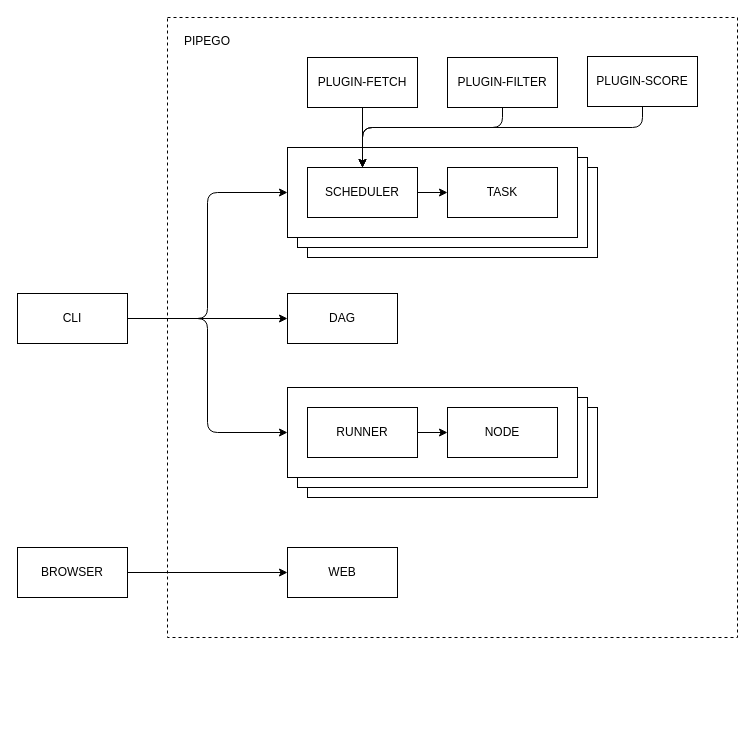
Above: diagram.drawio in pipego/deploy (draw.io), before the change. Source tidied: cells renumbered, new cells numbered last; positions are measured from the earlier drawing's top-left corner, leaving out a move shared by most shapes. Both pictures are drawn from the tidied source at 100%, with x=0, y=0 at pixel (17, 17).
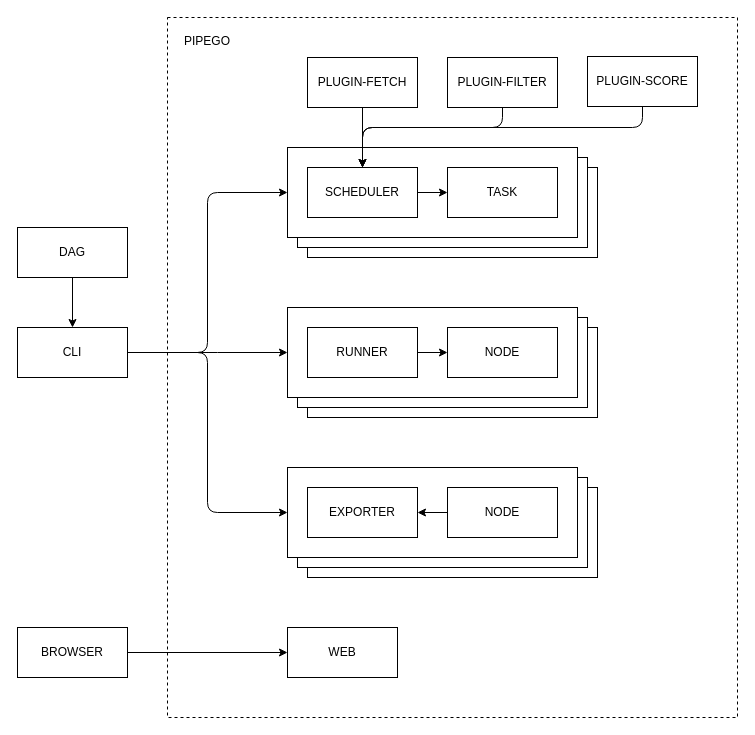
The same page after the edit.

Commit message (it also covers changes not shown here):
doc(diagram): update diagram for exporter

The edit, as a diff of the source:
```diff
@@
     <mxCell id="2" style="rounded=0;whiteSpace=wrap;html=1;dashed=1;" parent="1" vertex="1">
-      <mxGeometry x="150" width="570" height="620" as="geometry" />
+      <mxGeometry x="150" width="570" height="700" as="geometry" />
     </mxCell>
@@
     <mxCell id="7" value="BROWSER" style="rounded=0;whiteSpace=wrap;html=1;" parent="1" vertex="1">
-      <mxGeometry y="530" width="110" height="50" as="geometry" />
+      <mxGeometry y="610" width="110" height="50" as="geometry" />
     </mxCell>
     <mxCell id="8" value="CLI" style="rounded=0;whiteSpace=wrap;html=1;" parent="1" vertex="1">
-      <mxGeometry y="276" width="110" height="50" as="geometry" />
+      <mxGeometry y="310" width="110" height="50" as="geometry" />
     </mxCell>
@@
     <mxCell id="12" style="rounded=0;whiteSpace=wrap;html=1;" parent="1" vertex="1">
-      <mxGeometry x="290" y="390" width="290" height="90" as="geometry" />
+      <mxGeometry x="290" y="310" width="290" height="90" as="geometry" />
     </mxCell>
     <mxCell id="13" style="rounded=0;whiteSpace=wrap;html=1;" parent="1" vertex="1">
-      <mxGeometry x="280" y="380" width="290" height="90" as="geometry" />
+      <mxGeometry x="280" y="300" width="290" height="90" as="geometry" />
     </mxCell>
     <mxCell id="14" style="rounded=0;whiteSpace=wrap;html=1;" parent="1" vertex="1">
-      <mxGeometry x="270" y="370" width="290" height="90" as="geometry" />
+      <mxGeometry x="270" y="290" width="290" height="90" as="geometry" />
     </mxCell>
     <mxCell id="15" value="RUNNER" style="rounded=0;whiteSpace=wrap;html=1;" parent="1" vertex="1">
-      <mxGeometry x="290" y="390" width="110" height="50" as="geometry" />
+      <mxGeometry x="290" y="310" width="110" height="50" as="geometry" />
     </mxCell>
     <mxCell id="16" value="NODE" style="rounded=0;whiteSpace=wrap;html=1;" parent="1" vertex="1">
-      <mxGeometry x="430" y="390" width="110" height="50" as="geometry" />
+      <mxGeometry x="430" y="310" width="110" height="50" as="geometry" />
     </mxCell>
@@
     <mxCell id="25" value="WEB" style="rounded=0;whiteSpace=wrap;html=1;" parent="1" vertex="1">
-      <mxGeometry x="270" y="530" width="110" height="50" as="geometry" />
+      <mxGeometry x="270" y="610" width="110" height="50" as="geometry" />
     </mxCell>
@@
     <mxCell id="28" value="DAG" style="rounded=0;whiteSpace=wrap;html=1;" parent="1" vertex="1">
-      <mxGeometry x="270" y="276" width="110" height="50" as="geometry" />
+      <mxGeometry y="210" width="110" height="50" as="geometry" />
     </mxCell>
-    <mxCell id="29" style="endArrow=classic;html=1;exitX=1;exitY=0.5;exitDx=0;exitDy=0;entryX=0;entryY=0.5;entryDx=0;entryDy=0;" parent="1" edge="1" source="8" target="28">
-      <mxGeometry relative="1" as="geometry" />
+    <mxCell id="29" style="rounded=0;whiteSpace=wrap;html=1;" parent="1" vertex="1">
+      <mxGeometry x="290" y="470" width="290" height="90" as="geometry" />
     </mxCell>
+    <mxCell id="30" style="rounded=0;whiteSpace=wrap;html=1;" parent="1" vertex="1">
+      <mxGeometry x="280" y="460" width="290" height="90" as="geometry" />
+    </mxCell>
+    <mxCell id="31" style="rounded=0;whiteSpace=wrap;html=1;" parent="1" vertex="1">
+      <mxGeometry x="270" y="450" width="290" height="90" as="geometry" />
+    </mxCell>
+    <mxCell id="32" value="EXPORTER" style="rounded=0;whiteSpace=wrap;html=1;" parent="1" vertex="1">
+      <mxGeometry x="290" y="470" width="110" height="50" as="geometry" />
+    </mxCell>
+    <mxCell id="33" value="NODE" style="rounded=0;whiteSpace=wrap;html=1;" parent="1" vertex="1">
+      <mxGeometry x="430" y="470" width="110" height="50" as="geometry" />
+    </mxCell>
+    <mxCell id="34" style="endArrow=none;html=1;entryX=0;entryY=0.5;entryDx=0;entryDy=0;exitX=1;exitY=0.5;exitDx=0;exitDy=0;startArrow=classic;startFill=1;endFill=0;" parent="1" edge="1" source="32" target="33">
+      <mxGeometry relative="1" as="geometry" />
+    </mxCell>
+    <mxCell id="35" style="edgeStyle=elbowEdgeStyle;elbow=horizontal;endArrow=classic;html=1;entryX=0;entryY=0.5;entryDx=0;entryDy=0;exitX=1;exitY=0.5;exitDx=0;exitDy=0;startArrow=none;startFill=0;" parent="1" edge="1" source="8" target="31">
+      <mxGeometry relative="1" as="geometry">
+        <Array as="points">
+          <mxPoint x="190" y="470" />
+        </Array>
+      </mxGeometry>
+    </mxCell>
+    <mxCell id="36" style="endArrow=classic;html=1;exitX=0.5;exitY=1;exitDx=0;exitDy=0;entryX=0.5;entryY=0;entryDx=0;entryDy=0;" parent="1" edge="1" source="28" target="8">
+      <mxGeometry relative="1" as="geometry" />
+    </mxCell>
```
